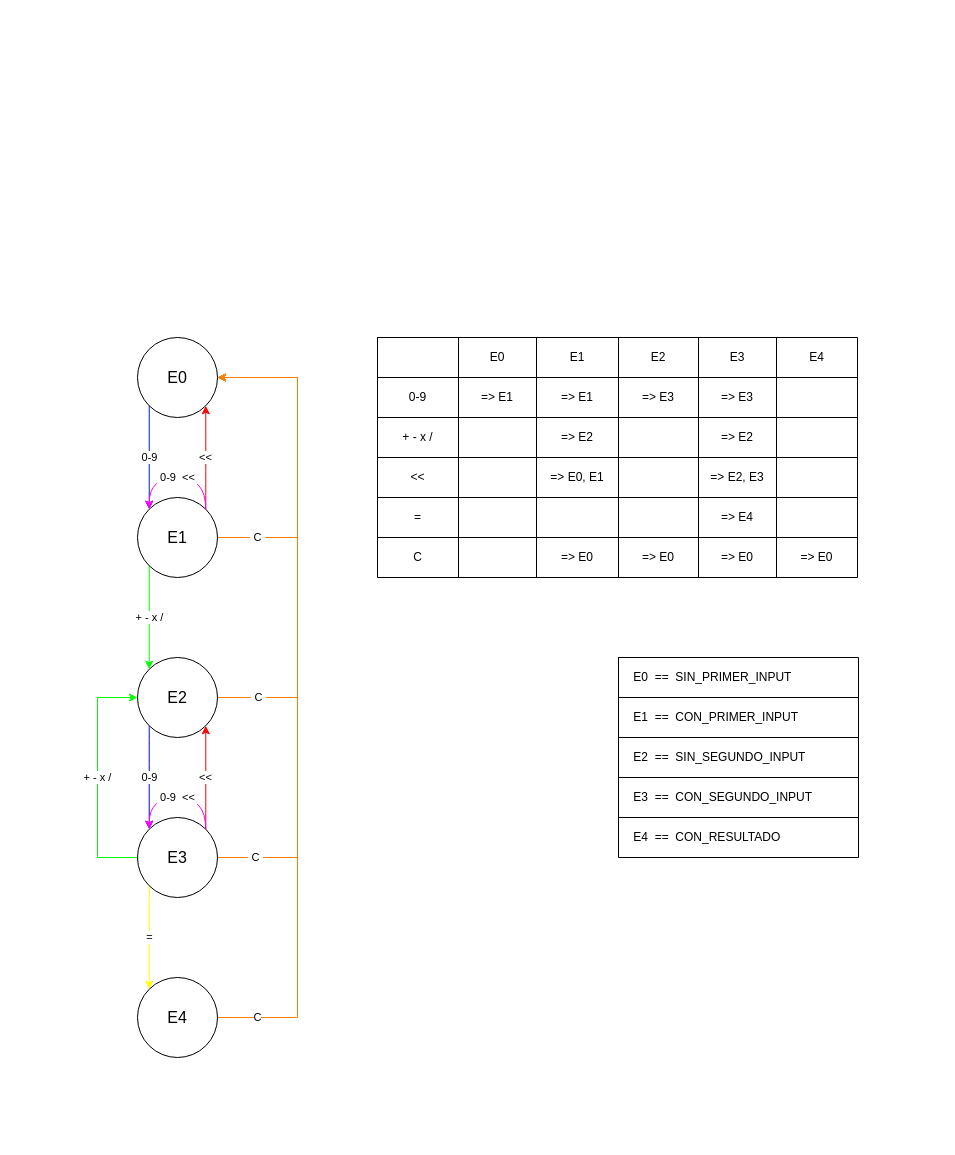
Earlier version of the draw.io diagram ASIGNATURAS/DI/PRACTICA/Proyectos-DI/Eva_2/web-calculator/Diagrama-y-Tabla-Automata.drawio (aniballpxess/CursoFP2-Apuntes). Source tidied: cells renumbered, new cells numbered last; positions are measured from the earlier drawing's top-left corner, leaving out a move shared by most shapes. Both pictures are drawn from the tidied source at 100%, with x=0, y=0 at pixel (17, 257).
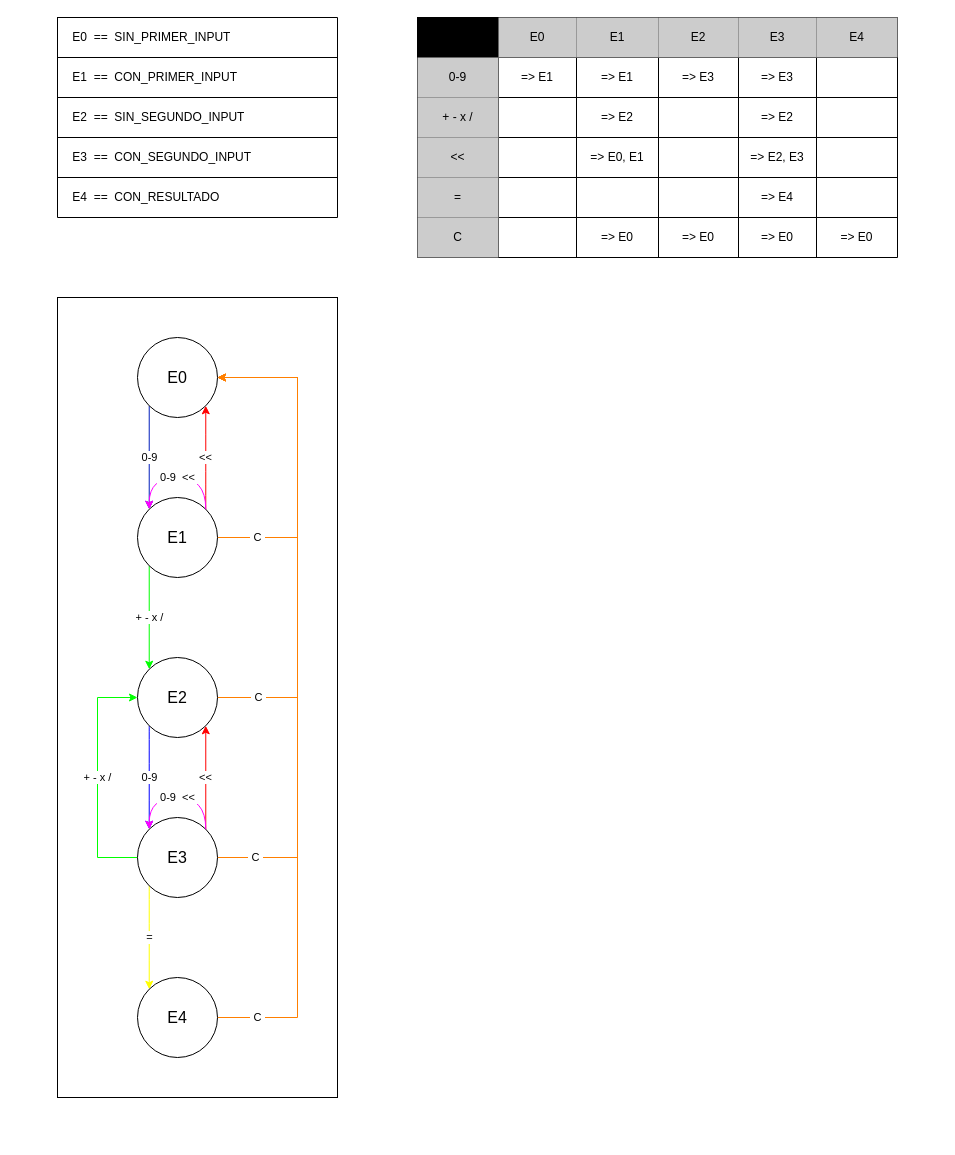
Above is the later version.

Unchanged cells that the change refers to:
```xml
<mxCell id="4" value="&lt;font size=&quot;3&quot;&gt;E0&lt;/font&gt;" style="ellipse;whiteSpace=wrap;html=1;" parent="1" vertex="1">
  <mxGeometry x="120" y="80" width="80" height="80" as="geometry" />
</mxCell>
<mxCell id="18" value="&lt;font size=&quot;3&quot;&gt;E4&lt;/font&gt;" style="ellipse;whiteSpace=wrap;html=1;" parent="1" vertex="1">
  <mxGeometry x="120" y="720" width="80" height="80" as="geometry" />
</mxCell>
<mxCell id="22" style="shape=tableRow;horizontal=0;startSize=0;swimlaneHead=0;swimlaneBody=0;strokeColor=inherit;top=0;left=0;bottom=0;right=0;fillColor=none;" parent="21" vertex="1">
  <mxGeometry width="480" height="40" as="geometry" />
</mxCell>
<mxCell id="29" style="shape=tableRow;horizontal=0;startSize=0;swimlaneHead=0;swimlaneBody=0;strokeColor=inherit;top=0;left=0;bottom=0;right=0;fillColor=none;" parent="21" vertex="1">
  <mxGeometry y="40" width="480" height="40" as="geometry" />
</mxCell>
<mxCell id="36" style="shape=tableRow;horizontal=0;startSize=0;swimlaneHead=0;swimlaneBody=0;strokeColor=inherit;top=0;left=0;bottom=0;right=0;fillColor=none;" parent="21" vertex="1">
  <mxGeometry y="80" width="480" height="40" as="geometry" />
</mxCell>
<mxCell id="43" style="shape=tableRow;horizontal=0;startSize=0;swimlaneHead=0;swimlaneBody=0;strokeColor=inherit;top=0;left=0;bottom=0;right=0;fillColor=none;" parent="21" vertex="1">
  <mxGeometry y="120" width="480" height="40" as="geometry" />
</mxCell>
<mxCell id="50" style="shape=tableRow;horizontal=0;startSize=0;swimlaneHead=0;swimlaneBody=0;strokeColor=inherit;top=0;left=0;bottom=0;right=0;fillColor=none;" parent="21" vertex="1">
  <mxGeometry y="160" width="480" height="40" as="geometry" />
</mxCell>
<mxCell id="57" style="shape=tableRow;horizontal=0;startSize=0;swimlaneHead=0;swimlaneBody=0;strokeColor=inherit;top=0;left=0;bottom=0;right=0;fillColor=none;" parent="21" vertex="1">
  <mxGeometry y="200" width="480" height="40" as="geometry" />
</mxCell>
```

Diff of the diagram source:
```diff
@@
-    <mxCell id="2" style="rounded=0;whiteSpace=wrap;html=1;strokeColor=#FFFFFF;" parent="1" vertex="1">
-      <mxGeometry width="920" height="880" as="geometry" />
+    <mxCell id="2" style="rounded=0;whiteSpace=wrap;html=1;strokeColor=#000000;" parent="1" vertex="1">
+      <mxGeometry x="40" y="40" width="280" height="800" as="geometry" />
     </mxCell>
@@
-    <mxCell id="17" value="C" style="edgeStyle=orthogonalEdgeStyle;rounded=0;jettySize=auto;html=1;exitX=1;exitY=0.5;exitDx=0;exitDy=0;entryX=1;entryY=0.5;entryDx=0;entryDy=0;fillColor=#f0a30a;strokeColor=#ff7f00;" parent="1" edge="1" source="18" target="4">
+    <mxCell id="17" value="&amp;nbsp;C&amp;nbsp;" style="edgeStyle=orthogonalEdgeStyle;rounded=0;jettySize=auto;html=1;exitX=1;exitY=0.5;exitDx=0;exitDy=0;entryX=1;entryY=0.5;entryDx=0;entryDy=0;fillColor=#f0a30a;strokeColor=#ff7f00;" parent="1" edge="1" source="18" target="4">
       <mxGeometry x="-0.9" relative="1" as="geometry">
         <Array as="points">
           <mxPoint x="280" y="760" />
           <mxPoint x="280" y="120" />
         </Array>
       </mxGeometry>
     </mxCell>
@@
     <mxCell id="21" style="shape=table;startSize=0;childLayout=tableLayout;" parent="1" vertex="1">
-      <mxGeometry x="360" y="80" width="480" height="240" as="geometry" />
+      <mxGeometry x="400" y="-240" width="480" height="240" as="geometry" />
     </mxCell>
@@
-    <mxCell id="23" style="shape=partialRectangle;html=1;whiteSpace=wrap;strokeColor=inherit;overflow=hidden;fillColor=none;top=0;left=0;bottom=0;right=0;" parent="22" vertex="1">
+    <mxCell id="23" style="shape=partialRectangle;html=1;whiteSpace=wrap;strokeColor=inherit;overflow=hidden;fillColor=#000000;top=0;left=0;bottom=0;right=0;" parent="22" vertex="1">
       <mxGeometry width="81" height="40" as="geometry" />
     </mxCell>
-    <mxCell id="24" value="E0" style="shape=partialRectangle;html=1;whiteSpace=wrap;strokeColor=inherit;overflow=hidden;fillColor=none;top=0;left=0;bottom=0;right=0;" parent="22" vertex="1">
+    <mxCell id="24" value="E0" style="shape=partialRectangle;html=1;whiteSpace=wrap;strokeColor=inherit;overflow=hidden;fillColor=#CCCCCC;top=0;left=0;bottom=0;right=0;" parent="22" vertex="1">
       <mxGeometry x="81" width="78" height="40" as="geometry" />
     </mxCell>
-    <mxCell id="25" value="E1" style="shape=partialRectangle;html=1;whiteSpace=wrap;strokeColor=inherit;overflow=hidden;fillColor=none;top=0;left=0;bottom=0;right=0;" parent="22" vertex="1">
+    <mxCell id="25" value="E1" style="shape=partialRectangle;html=1;whiteSpace=wrap;strokeColor=inherit;overflow=hidden;fillColor=#CCCCCC;top=0;left=0;bottom=0;right=0;" parent="22" vertex="1">
       <mxGeometry x="159" width="82" height="40" as="geometry" />
     </mxCell>
-    <mxCell id="26" value="E2" style="shape=partialRectangle;html=1;whiteSpace=wrap;strokeColor=inherit;overflow=hidden;fillColor=none;top=0;left=0;bottom=0;right=0;" parent="22" vertex="1">
+    <mxCell id="26" value="E2" style="shape=partialRectangle;html=1;whiteSpace=wrap;strokeColor=inherit;overflow=hidden;fillColor=#CCCCCC;top=0;left=0;bottom=0;right=0;" parent="22" vertex="1">
       <mxGeometry x="241" width="80" height="40" as="geometry" />
     </mxCell>
-    <mxCell id="27" value="E3" style="shape=partialRectangle;html=1;whiteSpace=wrap;strokeColor=inherit;overflow=hidden;fillColor=none;top=0;left=0;bottom=0;right=0;" parent="22" vertex="1">
+    <mxCell id="27" value="E3" style="shape=partialRectangle;html=1;whiteSpace=wrap;strokeColor=inherit;overflow=hidden;fillColor=#CCCCCC;top=0;left=0;bottom=0;right=0;" parent="22" vertex="1">
       <mxGeometry x="321" width="78" height="40" as="geometry" />
     </mxCell>
-    <mxCell id="28" value="E4" style="shape=partialRectangle;html=1;whiteSpace=wrap;strokeColor=inherit;overflow=hidden;fillColor=none;top=0;left=0;bottom=0;right=0;" parent="22" vertex="1">
+    <mxCell id="28" value="E4" style="shape=partialRectangle;html=1;whiteSpace=wrap;strokeColor=inherit;overflow=hidden;fillColor=#CCCCCC;top=0;left=0;bottom=0;right=0;" parent="22" vertex="1">
       <mxGeometry x="399" width="81" height="40" as="geometry" />
     </mxCell>
@@
-    <mxCell id="30" value="0-9" style="shape=partialRectangle;html=1;whiteSpace=wrap;strokeColor=inherit;overflow=hidden;fillColor=none;top=0;left=0;bottom=0;right=0;" parent="29" vertex="1">
+    <mxCell id="30" value="0-9" style="shape=partialRectangle;html=1;whiteSpace=wrap;strokeColor=#000000;overflow=hidden;fillColor=#CCCCCC;top=0;left=0;bottom=0;right=0;" parent="29" vertex="1">
       <mxGeometry width="81" height="40" as="geometry" />
     </mxCell>
@@
-    <mxCell id="37" value="+ - x /" style="shape=partialRectangle;html=1;whiteSpace=wrap;strokeColor=inherit;overflow=hidden;fillColor=none;top=0;left=0;bottom=0;right=0;" parent="36" vertex="1">
+    <mxCell id="37" value="+ - x /" style="shape=partialRectangle;html=1;whiteSpace=wrap;strokeColor=#000000;overflow=hidden;fillColor=#CCCCCC;top=0;left=0;bottom=0;right=0;" parent="36" vertex="1">
       <mxGeometry width="81" height="40" as="geometry" />
     </mxCell>
@@
-    <mxCell id="44" value="&amp;lt;&amp;lt;" style="shape=partialRectangle;html=1;whiteSpace=wrap;strokeColor=inherit;overflow=hidden;fillColor=none;top=0;left=0;bottom=0;right=0;" parent="43" vertex="1">
+    <mxCell id="44" value="&amp;lt;&amp;lt;" style="shape=partialRectangle;html=1;whiteSpace=wrap;strokeColor=#000000;overflow=hidden;fillColor=#CCCCCC;top=0;left=0;bottom=0;right=0;" parent="43" vertex="1">
       <mxGeometry width="81" height="40" as="geometry" />
     </mxCell>
@@
-    <mxCell id="51" value="=" style="shape=partialRectangle;html=1;whiteSpace=wrap;strokeColor=inherit;overflow=hidden;fillColor=none;top=0;left=0;bottom=0;right=0;" parent="50" vertex="1">
+    <mxCell id="51" value="=" style="shape=partialRectangle;html=1;whiteSpace=wrap;strokeColor=#000000;overflow=hidden;fillColor=#CCCCCC;top=0;left=0;bottom=0;right=0;" parent="50" vertex="1">
       <mxGeometry width="81" height="40" as="geometry" />
     </mxCell>
@@
-    <mxCell id="58" value="C" style="shape=partialRectangle;html=1;whiteSpace=wrap;strokeColor=inherit;overflow=hidden;fillColor=none;top=0;left=0;bottom=0;right=0;" parent="57" vertex="1">
+    <mxCell id="58" value="C" style="shape=partialRectangle;html=1;whiteSpace=wrap;strokeColor=#000000;overflow=hidden;fillColor=#CCCCCC;top=0;left=0;bottom=0;right=0;" parent="57" vertex="1">
       <mxGeometry width="81" height="40" as="geometry" />
     </mxCell>
@@
     <mxCell id="64" style="shape=table;startSize=0;childLayout=tableLayout;" parent="1" vertex="1">
-      <mxGeometry x="601" y="400" width="240" height="200" as="geometry" />
+      <mxGeometry x="40" y="-240" width="280" height="200" as="geometry" />
     </mxCell>
     <mxCell id="65" style="shape=tableRow;horizontal=0;startSize=0;swimlaneHead=0;swimlaneBody=0;strokeColor=inherit;top=0;left=0;bottom=0;right=0;fillColor=none;" parent="64" vertex="1">
-      <mxGeometry width="240" height="40" as="geometry" />
+      <mxGeometry width="280" height="40" as="geometry" />
     </mxCell>
     <mxCell id="66" value="&amp;nbsp; &amp;nbsp; E0&amp;nbsp; ==&amp;nbsp; SIN_PRIMER_INPUT" style="shape=partialRectangle;html=1;whiteSpace=wrap;strokeColor=inherit;overflow=hidden;fillColor=none;top=0;left=0;bottom=0;right=0;align=left;" parent="65" vertex="1">
-      <mxGeometry width="240" height="40" as="geometry" />
+      <mxGeometry width="280" height="40" as="geometry" />
     </mxCell>
     <mxCell id="67" style="shape=tableRow;horizontal=0;startSize=0;swimlaneHead=0;swimlaneBody=0;strokeColor=inherit;top=0;left=0;bottom=0;right=0;fillColor=none;" parent="64" vertex="1">
-      <mxGeometry y="40" width="240" height="40" as="geometry" />
+      <mxGeometry y="40" width="280" height="40" as="geometry" />
     </mxCell>
     <mxCell id="68" value="&amp;nbsp; &amp;nbsp; E1&amp;nbsp; ==&amp;nbsp; CON_PRIMER_INPUT" style="shape=partialRectangle;html=1;whiteSpace=wrap;strokeColor=inherit;overflow=hidden;fillColor=none;top=0;left=0;bottom=0;right=0;align=left;" parent="67" vertex="1">
-      <mxGeometry width="240" height="40" as="geometry" />
+      <mxGeometry width="280" height="40" as="geometry" />
     </mxCell>
     <mxCell id="69" style="shape=tableRow;horizontal=0;startSize=0;swimlaneHead=0;swimlaneBody=0;strokeColor=inherit;top=0;left=0;bottom=0;right=0;fillColor=none;" parent="64" vertex="1">
-      <mxGeometry y="80" width="240" height="40" as="geometry" />
+      <mxGeometry y="80" width="280" height="40" as="geometry" />
     </mxCell>
     <mxCell id="70" value="&amp;nbsp; &amp;nbsp; E2&amp;nbsp; ==&amp;nbsp; SIN_SEGUNDO_INPUT" style="shape=partialRectangle;html=1;whiteSpace=wrap;strokeColor=inherit;overflow=hidden;fillColor=none;top=0;left=0;bottom=0;right=0;align=left;" parent="69" vertex="1">
-      <mxGeometry width="240" height="40" as="geometry" />
+      <mxGeometry width="280" height="40" as="geometry" />
     </mxCell>
     <mxCell id="71" style="shape=tableRow;horizontal=0;startSize=0;swimlaneHead=0;swimlaneBody=0;strokeColor=inherit;top=0;left=0;bottom=0;right=0;fillColor=none;" parent="64" vertex="1">
-      <mxGeometry y="120" width="240" height="40" as="geometry" />
+      <mxGeometry y="120" width="280" height="40" as="geometry" />
     </mxCell>
     <mxCell id="72" value="&lt;span style=&quot;&quot;&gt;&amp;nbsp; &amp;nbsp; E3&amp;nbsp; ==&amp;nbsp; CON_SEGUNDO_INPUT&lt;/span&gt;" style="shape=partialRectangle;html=1;whiteSpace=wrap;strokeColor=inherit;overflow=hidden;fillColor=none;top=0;left=0;bottom=0;right=0;align=left;" parent="71" vertex="1">
-      <mxGeometry width="240" height="40" as="geometry" />
+      <mxGeometry width="280" height="40" as="geometry" />
     </mxCell>
     <mxCell id="73" style="shape=tableRow;horizontal=0;startSize=0;swimlaneHead=0;swimlaneBody=0;strokeColor=inherit;top=0;left=0;bottom=0;right=0;fillColor=none;" parent="64" vertex="1">
-      <mxGeometry y="160" width="240" height="40" as="geometry" />
+      <mxGeometry y="160" width="280" height="40" as="geometry" />
     </mxCell>
     <mxCell id="74" value="&amp;nbsp; &amp;nbsp; E4&amp;nbsp; ==&amp;nbsp; CON_RESULTADO" style="shape=partialRectangle;html=1;whiteSpace=wrap;strokeColor=inherit;overflow=hidden;fillColor=none;top=0;left=0;bottom=0;right=0;align=left;" parent="73" vertex="1">
-      <mxGeometry width="240" height="40" as="geometry" />
+      <mxGeometry width="280" height="40" as="geometry" />
     </mxCell>
```
